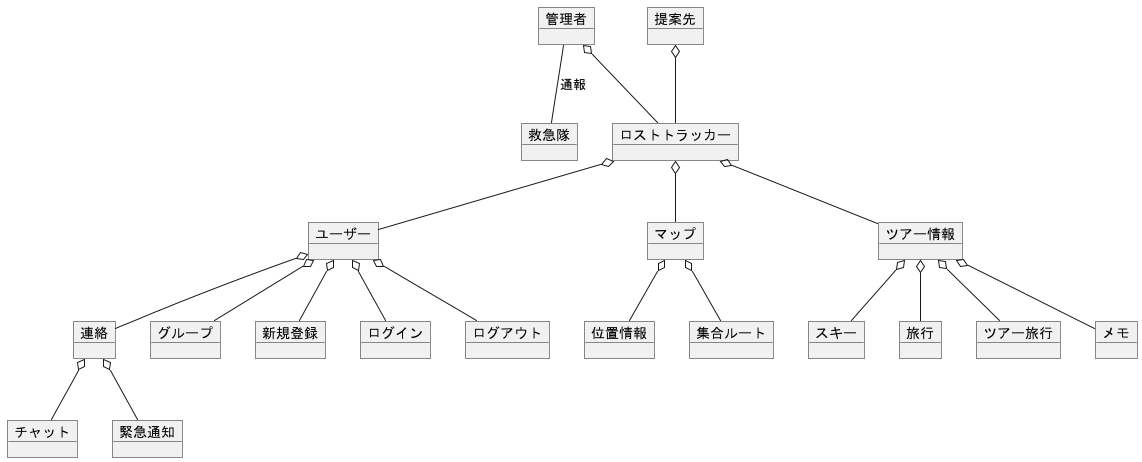
ksw2270227/GroupF keeps this PlantUML diagram as out/F_dmainModel/ドメインモデル2.png. Above is the earlier version.
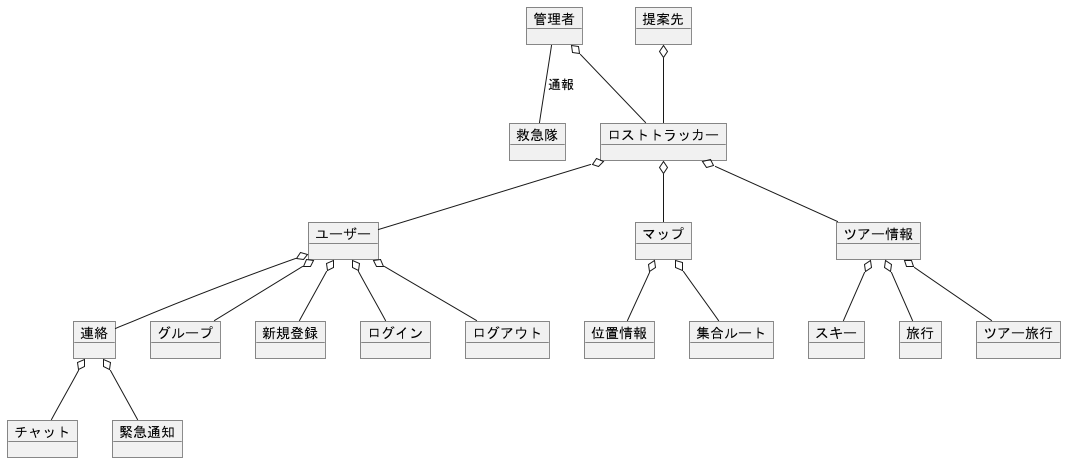
Later version of the same file.

What changed in the source:
```diff
@@ -11,7 +11,7 @@
 object スキー
 object 旅行
 object ツアー旅行
-object メモ
+
 object ツアー情報
 object 連絡
 object グループ
@@ -49,7 +49,7 @@
 ツアー情報 o-- スキー
 ツアー情報 o-- 旅行
 ツアー情報 o-- ツアー旅行
-ツアー情報 o-- メモ
+
 
 
 @enduml
```
